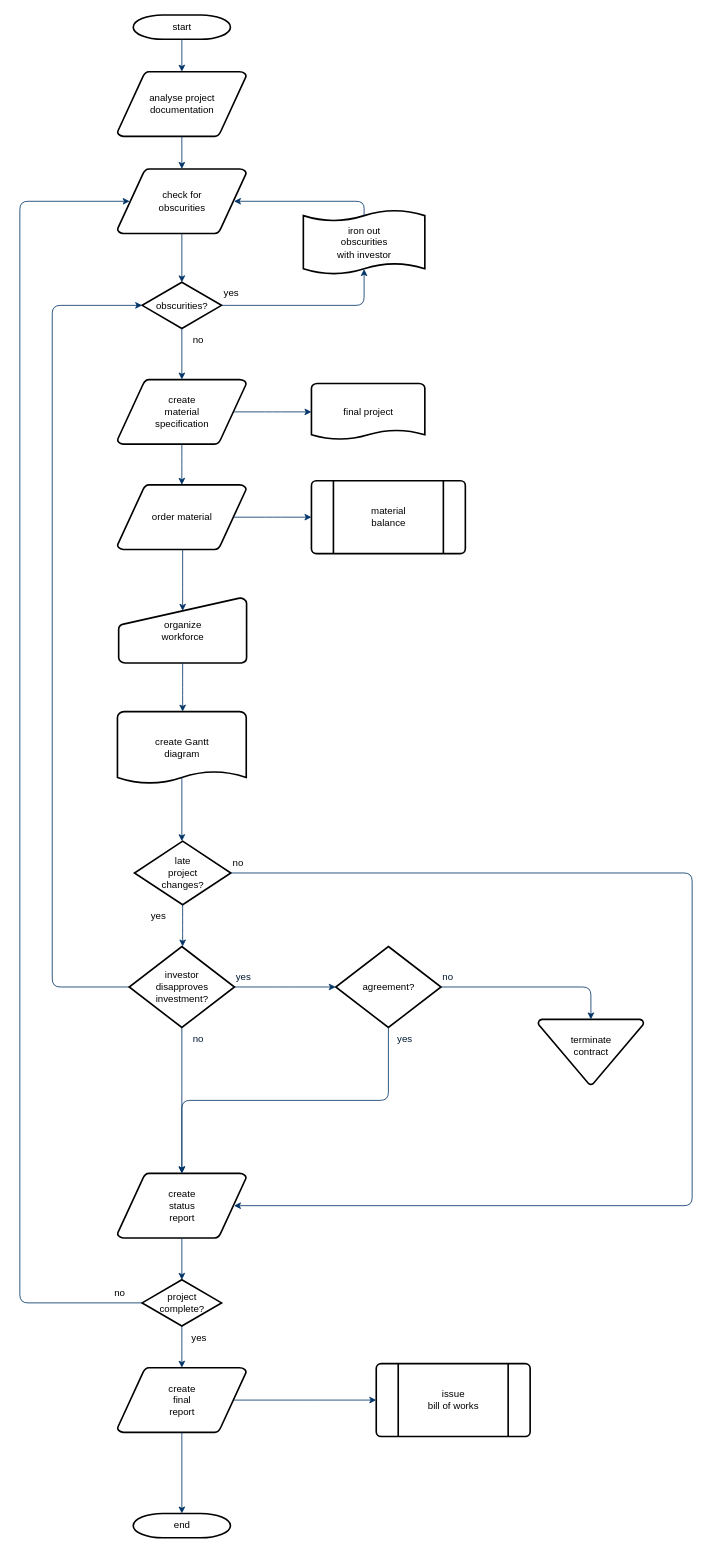
The draw.io diagram png/Untitled Diagram.drawio in heeler-deer/absorbing, before the edit. Source tidied: cells renumbered, new cells numbered last; positions are measured from the earlier drawing's top-left corner, leaving out a move shared by most shapes. Both pictures are drawn from the tidied source at 81%, with x=0, y=0 at pixel (19, 15).
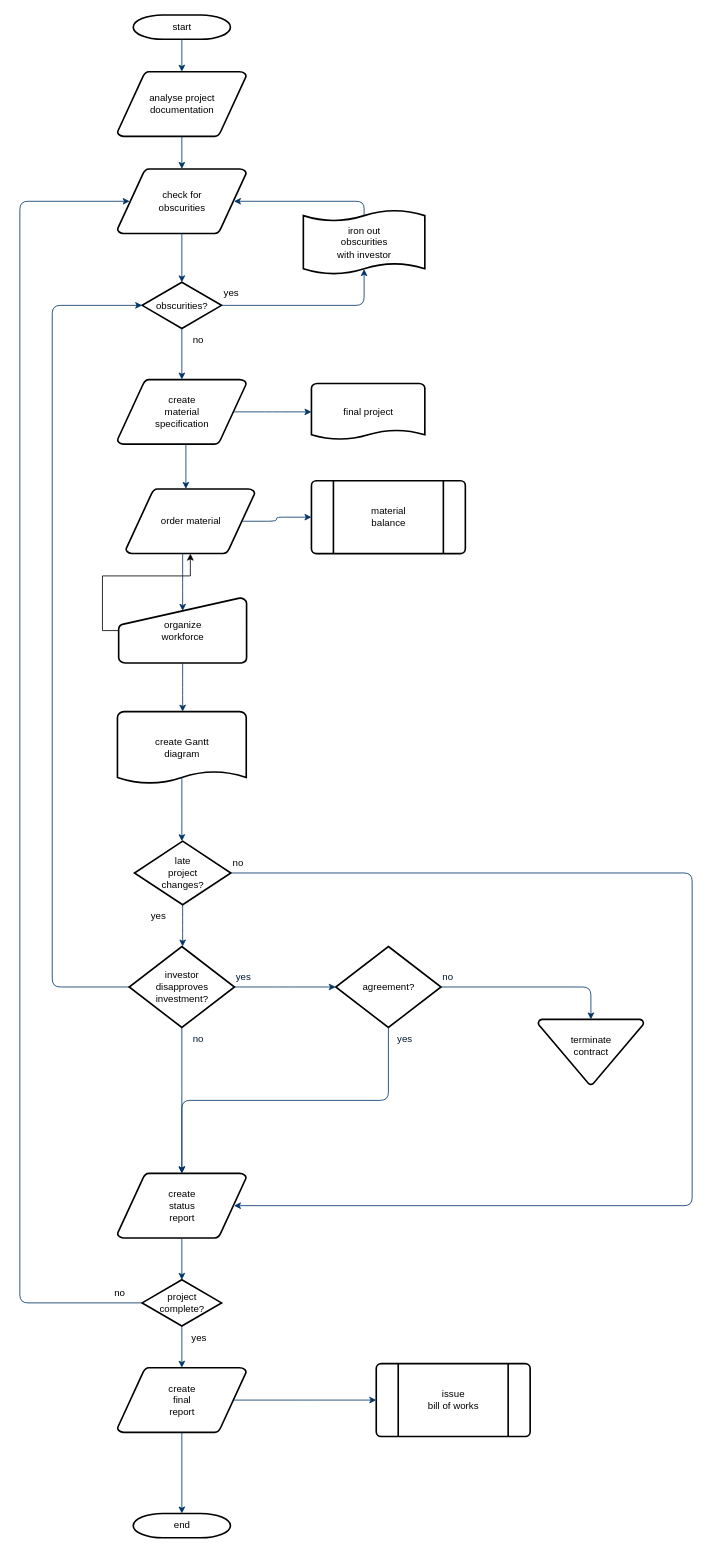
Above is the later version.

Unchanged cells that the change refers to:
```xml
<mxCell id="20" value="organize &#10;workforce" style="shape=mxgraph.flowchart.manual_input;strokeWidth=2;gradientColor=none;gradientDirection=north;fontStyle=0;html=1;" parent="1" vertex="1">
  <mxGeometry x="122" y="720" width="158" height="80" as="geometry" />
</mxCell>
```

The edit, as a diff of the source:
```diff
@@
     <mxCell id="13" value="order material" style="shape=mxgraph.flowchart.data;strokeWidth=2;gradientColor=none;gradientDirection=north;fontStyle=0;html=1;" parent="1" vertex="1">
-      <mxGeometry x="120.5" y="580" width="159" height="80" as="geometry" />
+      <mxGeometry x="131" y="585" width="159" height="80" as="geometry" />
     </mxCell>
@@
+    <mxCell id="56" style="edgeStyle=orthogonalEdgeStyle;rounded=0;jettySize=auto;html=1;exitX=0;exitY=0.5;exitDx=0;exitDy=0;exitPerimeter=0;entryX=0.5;entryY=1;entryDx=0;entryDy=0;entryPerimeter=0;" parent="1" edge="1" source="20" target="13">
+      <mxGeometry relative="1" as="geometry" />
+    </mxCell>
```
